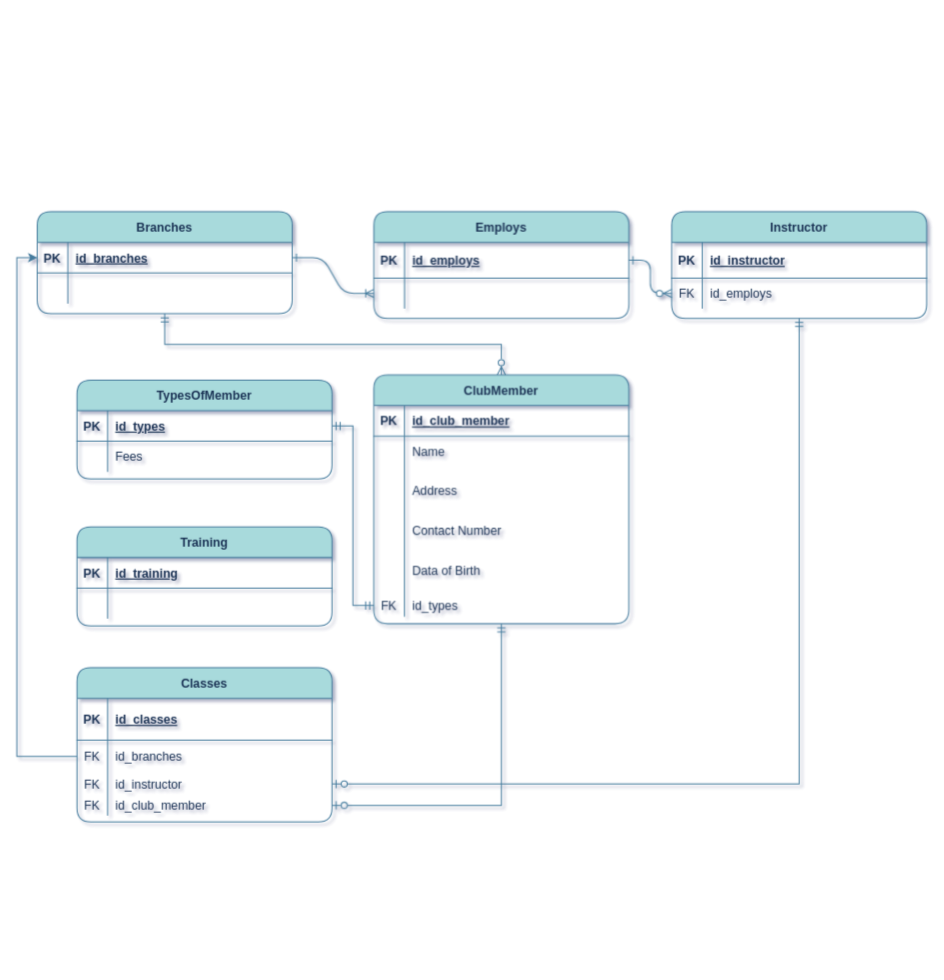
jean-rocha1/Griffith-College keeps this draw.io diagram as Untitled Diagram.drawio. Above is the earlier version. Source tidied: cells renumbered, new cells numbered last; positions are measured from the earlier drawing's top-left corner, leaving out a move shared by most shapes. Both pictures are drawn from the tidied source at 102%, with x=0, y=0 at pixel (37, 211).
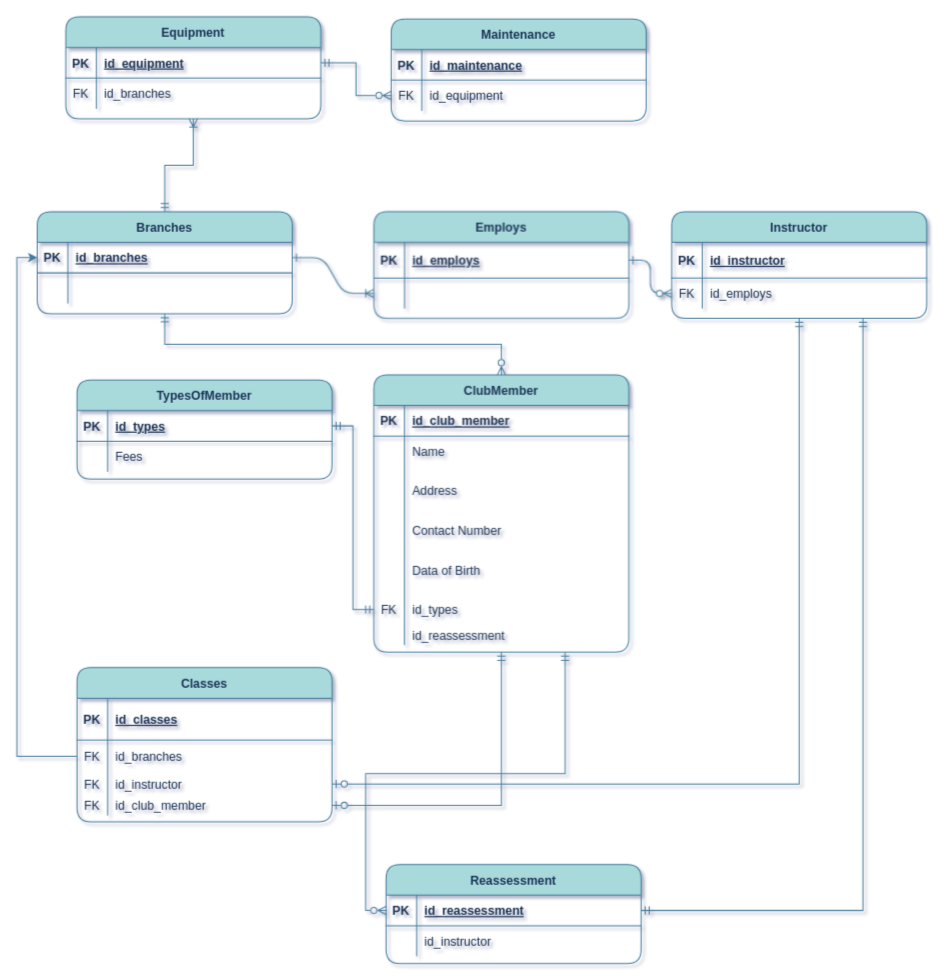
The same page after the edit.

Unchanged cells that the change refers to:
```xml
<mxCell id="32" value="Branches" style="shape=table;startSize=30;childLayout=tableLayout;rowLines=0;fontStyle=1;align=center;rounded=1;labelBackgroundColor=none;fillColor=#A8DADC;strokeColor=#457B9D;fontColor=#1D3557;" parent="1" vertex="1">
  <mxGeometry width="250" height="100" as="geometry" />
</mxCell>
<mxCell id="40" value="Instructor" style="shape=table;startSize=30;childLayout=tableLayout;rowLines=0;fontStyle=1;align=center;rounded=1;labelBackgroundColor=none;fillColor=#A8DADC;strokeColor=#457B9D;fontColor=#1D3557;" parent="1" vertex="1">
  <mxGeometry x="622" width="250" height="104.5" as="geometry" />
</mxCell>
```

Change to the diagram source:
```diff
@@
+    <mxCell id="76" style="edgeStyle=orthogonalEdgeStyle;rounded=0;jettySize=auto;html=1;exitX=0.75;exitY=1;exitDx=0;exitDy=0;strokeColor=#457B9D;fontColor=#1D3557;fillColor=#A8DADC;endArrow=ERzeroToMany;endFill=0;startArrow=ERmandOne;startFill=0;" parent="1" edge="1" source="12" target="81">
+      <mxGeometry relative="1" as="geometry" />
+    </mxCell>
     <mxCell id="12" value="ClubMember" style="shape=table;startSize=30;childLayout=tableLayout;rowLines=0;fontStyle=1;align=center;rounded=1;labelBackgroundColor=none;fillColor=#A8DADC;strokeColor=#457B9D;fontColor=#1D3557;" parent="1" vertex="1">
-      <mxGeometry x="330" y="160" width="250" height="244" as="geometry" />
+      <mxGeometry x="330" y="160" width="250" height="271.8" as="geometry" />
     </mxCell>
@@
     <mxCell id="28" style="shape=partialRectangle;fillColor=none;points=[[0,0.5],[1,0.5]];portConstraint=eastwest;top=0;left=0;right=0;bottom=0;rounded=1;labelBackgroundColor=none;strokeColor=#457B9D;fontColor=#1D3557;" parent="12" vertex="1">
-      <mxGeometry y="215" width="250" height="22" as="geometry" />
+      <mxGeometry y="215" width="250" height="30" as="geometry" />
     </mxCell>
     <mxCell id="29" value="FK" style="shape=partialRectangle;overflow=hidden;fillColor=none;top=0;left=0;bottom=0;right=0;rounded=1;labelBackgroundColor=none;strokeColor=#457B9D;fontColor=#1D3557;" parent="28" vertex="1">
-      <mxGeometry width="30" height="22" as="geometry" />
+      <mxGeometry width="30" height="30" as="geometry" />
     </mxCell>
     <mxCell id="30" value="id_types" style="shape=partialRectangle;overflow=hidden;fillColor=none;top=0;left=0;bottom=0;right=0;align=left;spacingLeft=6;rounded=1;labelBackgroundColor=none;strokeColor=#457B9D;fontColor=#1D3557;" parent="28" vertex="1">
-      <mxGeometry x="30" width="220" height="22" as="geometry" />
+      <mxGeometry x="30" width="220" height="30" as="geometry" />
     </mxCell>
+    <mxCell id="77" style="shape=partialRectangle;fillColor=none;top=0;left=0;right=0;bottom=0;rounded=1;labelBackgroundColor=none;strokeColor=#457B9D;fontColor=#1D3557;" parent="12" vertex="1">
+      <mxGeometry y="245" width="250" height="20" as="geometry" />
+    </mxCell>
+    <mxCell id="78" style="shape=partialRectangle;overflow=hidden;fillColor=none;top=0;left=0;bottom=0;right=0;rounded=1;labelBackgroundColor=none;strokeColor=#457B9D;fontColor=#1D3557;" parent="77" vertex="1">
+      <mxGeometry width="30" height="20" as="geometry" />
+    </mxCell>
+    <mxCell id="79" value="id_reassessment" style="shape=partialRectangle;overflow=hidden;fillColor=none;top=0;left=0;bottom=0;right=0;align=left;spacingLeft=6;rounded=1;labelBackgroundColor=none;strokeColor=#457B9D;fontColor=#1D3557;" parent="77" vertex="1">
+      <mxGeometry x="30" width="220" height="20" as="geometry" />
+    </mxCell>
@@
-    <mxCell id="55" value="Training" style="shape=table;startSize=30;childLayout=tableLayout;rowLines=0;fontStyle=1;align=center;rounded=1;labelBackgroundColor=none;fillColor=#A8DADC;strokeColor=#457B9D;fontColor=#1D3557;" parent="1" vertex="1">
-      <mxGeometry x="39" y="309" width="250" height="97" as="geometry" />
-    </mxCell>
-    <mxCell id="56" style="shape=partialRectangle;fillColor=none;top=0;left=0;right=0;bottom=1;rounded=1;labelBackgroundColor=none;strokeColor=#457B9D;fontColor=#1D3557;" parent="55" vertex="1">
-      <mxGeometry y="30" width="250" height="30" as="geometry" />
-    </mxCell>
-    <mxCell id="57" value="PK" style="shape=partialRectangle;overflow=hidden;fillColor=none;top=0;left=0;bottom=0;right=0;fontStyle=1;rounded=1;labelBackgroundColor=none;strokeColor=#457B9D;fontColor=#1D3557;" parent="56" vertex="1">
-      <mxGeometry width="30" height="30" as="geometry" />
-    </mxCell>
-    <mxCell id="58" value="id_training" style="shape=partialRectangle;overflow=hidden;fillColor=none;top=0;left=0;bottom=0;right=0;align=left;spacingLeft=6;fontStyle=5;rounded=1;labelBackgroundColor=none;strokeColor=#457B9D;fontColor=#1D3557;" parent="56" vertex="1">
-      <mxGeometry x="30" width="220" height="30" as="geometry" />
-    </mxCell>
-    <mxCell id="59" style="shape=partialRectangle;fillColor=none;top=0;left=0;right=0;bottom=0;rounded=1;labelBackgroundColor=none;strokeColor=#457B9D;fontColor=#1D3557;" parent="55" vertex="1">
-      <mxGeometry y="60" width="250" height="30" as="geometry" />
-    </mxCell>
-    <mxCell id="60" style="shape=partialRectangle;overflow=hidden;fillColor=none;top=0;left=0;bottom=0;right=0;rounded=1;labelBackgroundColor=none;strokeColor=#457B9D;fontColor=#1D3557;" parent="59" vertex="1">
-      <mxGeometry width="30" height="30" as="geometry" />
-    </mxCell>
-    <mxCell id="61" style="shape=partialRectangle;overflow=hidden;fillColor=none;top=0;left=0;bottom=0;right=0;align=left;spacingLeft=6;rounded=1;labelBackgroundColor=none;strokeColor=#457B9D;fontColor=#1D3557;" parent="59" vertex="1">
-      <mxGeometry x="30" width="220" height="30" as="geometry" />
-    </mxCell>
@@
+    <mxCell id="80" value="Reassessment" style="shape=table;startSize=30;childLayout=tableLayout;rowLines=0;fontStyle=1;align=center;rounded=1;labelBackgroundColor=none;fillColor=#A8DADC;strokeColor=#457B9D;fontColor=#1D3557;" parent="1" vertex="1">
+      <mxGeometry x="342" y="640" width="250" height="97" as="geometry" />
+    </mxCell>
+    <mxCell id="81" style="shape=partialRectangle;fillColor=none;points=[[0,0.5],[1,0.5]];portConstraint=eastwest;top=0;left=0;right=0;bottom=1;rounded=1;labelBackgroundColor=none;strokeColor=#457B9D;fontColor=#1D3557;" parent="80" vertex="1">
+      <mxGeometry y="30" width="250" height="30" as="geometry" />
+    </mxCell>
+    <mxCell id="82" value="PK" style="shape=partialRectangle;overflow=hidden;fillColor=none;top=0;left=0;bottom=0;right=0;fontStyle=1;rounded=1;labelBackgroundColor=none;strokeColor=#457B9D;fontColor=#1D3557;" parent="81" vertex="1">
+      <mxGeometry width="30" height="30" as="geometry" />
+    </mxCell>
+    <mxCell id="83" value="id_reassessment" style="shape=partialRectangle;overflow=hidden;fillColor=none;top=0;left=0;bottom=0;right=0;align=left;spacingLeft=6;fontStyle=5;rounded=1;labelBackgroundColor=none;strokeColor=#457B9D;fontColor=#1D3557;" parent="81" vertex="1">
+      <mxGeometry x="30" width="220" height="30" as="geometry" />
+    </mxCell>
+    <mxCell id="84" style="shape=partialRectangle;fillColor=none;top=0;left=0;right=0;bottom=0;rounded=1;labelBackgroundColor=none;strokeColor=#457B9D;fontColor=#1D3557;" parent="80" vertex="1">
+      <mxGeometry y="60" width="250" height="30" as="geometry" />
+    </mxCell>
+    <mxCell id="60" style="shape=partialRectangle;overflow=hidden;fillColor=none;top=0;left=0;bottom=0;right=0;rounded=1;labelBackgroundColor=none;strokeColor=#457B9D;fontColor=#1D3557;" parent="84" vertex="1">
+      <mxGeometry width="30" height="30" as="geometry" />
+    </mxCell>
+    <mxCell id="85" value="id_instructor" style="shape=partialRectangle;overflow=hidden;fillColor=none;top=0;left=0;bottom=0;right=0;align=left;spacingLeft=6;rounded=1;labelBackgroundColor=none;strokeColor=#457B9D;fontColor=#1D3557;" parent="84" vertex="1">
+      <mxGeometry x="30" width="220" height="30" as="geometry" />
+    </mxCell>
+    <mxCell id="86" style="edgeStyle=orthogonalEdgeStyle;rounded=0;jettySize=auto;html=1;exitX=1;exitY=0.5;exitDx=0;exitDy=0;entryX=0.75;entryY=1;entryDx=0;entryDy=0;strokeColor=#457B9D;fontColor=#1D3557;fillColor=#A8DADC;endArrow=ERmandOne;endFill=0;startArrow=ERmandOne;startFill=0;" parent="1" edge="1" source="81" target="40">
+      <mxGeometry relative="1" as="geometry" />
+    </mxCell>
+    <mxCell id="87" style="edgeStyle=orthogonalEdgeStyle;rounded=0;jettySize=auto;html=1;exitX=0.5;exitY=1;exitDx=0;exitDy=0;strokeColor=#457B9D;fontColor=#1D3557;fillColor=#A8DADC;endArrow=ERmandOne;endFill=0;startArrow=ERoneToMany;startFill=0;" parent="1" edge="1" source="88" target="32">
+      <mxGeometry relative="1" as="geometry" />
+    </mxCell>
+    <mxCell id="88" value="Equipment" style="shape=table;startSize=30;childLayout=tableLayout;rowLines=0;fontStyle=1;align=center;rounded=1;labelBackgroundColor=none;fillColor=#A8DADC;strokeColor=#457B9D;fontColor=#1D3557;" parent="1" vertex="1">
+      <mxGeometry x="28" y="-191" width="250" height="100" as="geometry" />
+    </mxCell>
+    <mxCell id="89" style="shape=partialRectangle;fillColor=none;points=[[0,0.5],[1,0.5]];portConstraint=eastwest;top=0;left=0;right=0;bottom=1;rounded=1;labelBackgroundColor=none;strokeColor=#457B9D;fontColor=#1D3557;" parent="88" vertex="1">
+      <mxGeometry y="30" width="250" height="30" as="geometry" />
+    </mxCell>
+    <mxCell id="90" value="PK" style="shape=partialRectangle;overflow=hidden;fillColor=none;top=0;left=0;bottom=0;right=0;fontStyle=1;rounded=1;labelBackgroundColor=none;strokeColor=#457B9D;fontColor=#1D3557;" parent="89" vertex="1">
+      <mxGeometry width="30" height="30" as="geometry" />
+    </mxCell>
+    <mxCell id="91" value="id_equipment" style="shape=partialRectangle;overflow=hidden;fillColor=none;top=0;left=0;bottom=0;right=0;align=left;spacingLeft=6;fontStyle=5;rounded=1;labelBackgroundColor=none;strokeColor=#457B9D;fontColor=#1D3557;" parent="89" vertex="1">
+      <mxGeometry x="30" width="220" height="30" as="geometry" />
+    </mxCell>
+    <mxCell id="92" style="shape=partialRectangle;fillColor=none;top=0;left=0;right=0;bottom=0;rounded=1;labelBackgroundColor=none;strokeColor=#457B9D;fontColor=#1D3557;" parent="88" vertex="1">
+      <mxGeometry y="60" width="250" height="30" as="geometry" />
+    </mxCell>
+    <mxCell id="93" value="FK" style="shape=partialRectangle;overflow=hidden;fillColor=none;top=0;left=0;bottom=0;right=0;rounded=1;labelBackgroundColor=none;strokeColor=#457B9D;fontColor=#1D3557;" parent="92" vertex="1">
+      <mxGeometry width="30" height="30" as="geometry" />
+    </mxCell>
+    <mxCell id="94" value="id_branches" style="shape=partialRectangle;overflow=hidden;fillColor=none;top=0;left=0;bottom=0;right=0;align=left;spacingLeft=6;rounded=1;labelBackgroundColor=none;strokeColor=#457B9D;fontColor=#1D3557;" parent="92" vertex="1">
+      <mxGeometry x="30" width="220" height="30" as="geometry" />
+    </mxCell>
+    <mxCell id="95" value="Maintenance" style="shape=table;startSize=30;childLayout=tableLayout;rowLines=0;fontStyle=1;align=center;rounded=1;labelBackgroundColor=none;fillColor=#A8DADC;strokeColor=#457B9D;fontColor=#1D3557;" parent="1" vertex="1">
+      <mxGeometry x="347" y="-189" width="250" height="100" as="geometry" />
+    </mxCell>
+    <mxCell id="96" style="shape=partialRectangle;fillColor=none;top=0;left=0;right=0;bottom=1;rounded=1;labelBackgroundColor=none;strokeColor=#457B9D;fontColor=#1D3557;" parent="95" vertex="1">
+      <mxGeometry y="30" width="250" height="30" as="geometry" />
+    </mxCell>
+    <mxCell id="97" value="PK" style="shape=partialRectangle;overflow=hidden;fillColor=none;top=0;left=0;bottom=0;right=0;fontStyle=1;rounded=1;labelBackgroundColor=none;strokeColor=#457B9D;fontColor=#1D3557;" parent="96" vertex="1">
+      <mxGeometry width="30" height="30" as="geometry" />
+    </mxCell>
+    <mxCell id="98" value="id_maintenance" style="shape=partialRectangle;overflow=hidden;fillColor=none;top=0;left=0;bottom=0;right=0;align=left;spacingLeft=6;fontStyle=5;rounded=1;labelBackgroundColor=none;strokeColor=#457B9D;fontColor=#1D3557;" parent="96" vertex="1">
+      <mxGeometry x="30" width="220" height="30" as="geometry" />
+    </mxCell>
+    <mxCell id="99" style="shape=partialRectangle;fillColor=none;points=[[0,0.5],[1,0.5]];portConstraint=eastwest;top=0;left=0;right=0;bottom=0;rounded=1;labelBackgroundColor=none;strokeColor=#457B9D;fontColor=#1D3557;" parent="95" vertex="1">
+      <mxGeometry y="60" width="250" height="30" as="geometry" />
+    </mxCell>
+    <mxCell id="100" value="FK" style="shape=partialRectangle;overflow=hidden;fillColor=none;top=0;left=0;bottom=0;right=0;rounded=1;labelBackgroundColor=none;strokeColor=#457B9D;fontColor=#1D3557;" parent="99" vertex="1">
+      <mxGeometry width="30" height="30" as="geometry" />
+    </mxCell>
+    <mxCell id="101" value="id_equipment" style="shape=partialRectangle;overflow=hidden;fillColor=none;top=0;left=0;bottom=0;right=0;align=left;spacingLeft=6;rounded=1;labelBackgroundColor=none;strokeColor=#457B9D;fontColor=#1D3557;" parent="99" vertex="1">
+      <mxGeometry x="30" width="220" height="30" as="geometry" />
+    </mxCell>
+    <mxCell id="102" style="edgeStyle=orthogonalEdgeStyle;rounded=0;jettySize=auto;html=1;exitX=0;exitY=0.5;exitDx=0;exitDy=0;entryX=1;entryY=0.5;entryDx=0;entryDy=0;strokeColor=#457B9D;fontColor=#1D3557;fillColor=#A8DADC;endArrow=ERmandOne;endFill=0;startArrow=ERzeroToMany;startFill=0;" parent="1" edge="1" source="99" target="89">
+      <mxGeometry relative="1" as="geometry" />
+    </mxCell>
```
